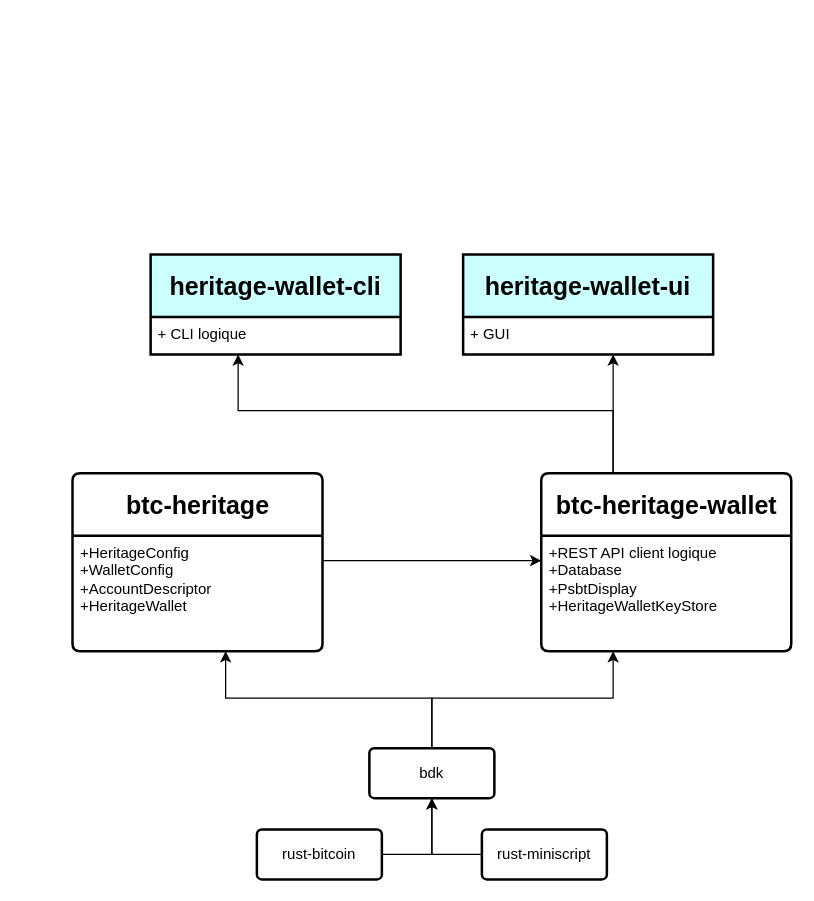
crypto7world/btc-heritage keeps this draw.io diagram as page "global-architecture" (1 of 2) of docs/schemas.drawio. Above is the earlier version. Source tidied: cells renumbered, new cells numbered last; positions are measured from the earlier drawing's top-left corner, leaving out a move shared by most shapes. Both pictures are drawn from the tidied source at 125%, with x=0, y=0 at pixel (72, 254).
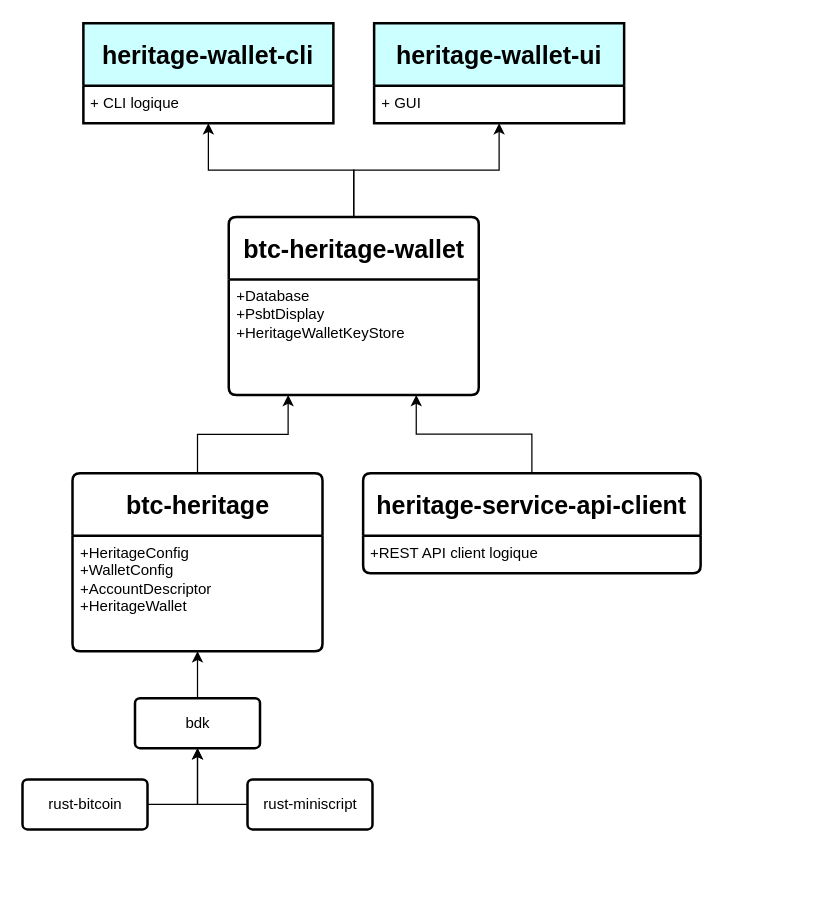
The same page after the edit.

The change refers to these unchanged cells:
```xml
<mxCell id="4" value="&lt;b&gt;&lt;font style=&quot;font-size: 20px;&quot;&gt;btc-heritage&lt;/font&gt;&lt;/b&gt;" style="swimlane;horizontal=1;startSize=50;rounded=1;fontSize=14;fontStyle=0;strokeWidth=2;shadow=0;dashed=0;align=center;arcSize=4;whiteSpace=wrap;html=1;" parent="1" vertex="1">
  <mxGeometry x="-0.5" y="175" width="200" height="142.5" as="geometry" />
</mxCell>
<mxCell id="5" value="+HeritageConfig&lt;br style=&quot;border-color: var(--border-color);&quot;&gt;+WalletConfig&lt;br style=&quot;border-color: var(--border-color);&quot;&gt;+AccountDescriptor&lt;br style=&quot;border-color: var(--border-color);&quot;&gt;+HeritageWallet" style="align=left;strokeColor=none;fillColor=none;spacingLeft=4;fontSize=12;verticalAlign=top;html=1;" parent="4" vertex="1">
  <mxGeometry y="50" width="200" height="92.5" as="geometry" />
</mxCell>
<mxCell id="13" value="+ CLI logique" style="align=left;strokeColor=none;fillColor=none;spacingLeft=4;fontSize=12;verticalAlign=top;html=1;" parent="12" vertex="1">
  <mxGeometry y="50" width="200" height="30" as="geometry" />
</mxCell>
<mxCell id="15" value="+ GUI" style="align=left;strokeColor=none;fillColor=none;spacingLeft=4;fontSize=12;verticalAlign=top;html=1;" parent="14" vertex="1">
  <mxGeometry y="50" width="200" height="30" as="geometry" />
</mxCell>
```

The edit, as a diff of the source:
```diff
@@
     <mxCell id="2" style="edgeStyle=orthogonalEdgeStyle;rounded=0;jettySize=auto;html=1;" parent="1" edge="1" source="9" target="5">
       <mxGeometry relative="1" as="geometry">
         <Array as="points">
-          <mxPoint x="287" y="355" />
-          <mxPoint x="122" y="355" />
+          <mxPoint x="122" y="385" />
+          <mxPoint x="122" y="385" />
         </Array>
       </mxGeometry>
     </mxCell>
-    <mxCell id="3" style="edgeStyle=orthogonalEdgeStyle;rounded=0;jettySize=auto;html=1;" parent="1" edge="1" source="4" target="19">
+    <mxCell id="3" style="rounded=0;jettySize=auto;html=1;edgeStyle=orthogonalEdgeStyle;" parent="1" edge="1" source="4" target="19">
       <mxGeometry relative="1" as="geometry">
         <Array as="points">
-          <mxPoint x="272" y="245" />
-          <mxPoint x="272" y="245" />
+          <mxPoint x="100" y="144" />
+          <mxPoint x="172" y="144" />
         </Array>
       </mxGeometry>
     </mxCell>
@@
     <mxCell id="6" style="rounded=0;jettySize=auto;html=1;edgeStyle=orthogonalEdgeStyle;" parent="1" edge="1" source="7" target="9">
       <mxGeometry relative="1" as="geometry">
         <Array as="points">
-          <mxPoint x="287" y="480" />
+          <mxPoint x="99.5" y="440" />
         </Array>
       </mxGeometry>
     </mxCell>
     <mxCell id="7" value="rust-bitcoin" style="rounded=1;arcSize=10;whiteSpace=wrap;html=1;align=center;strokeWidth=2;" parent="1" vertex="1">
-      <mxGeometry x="147" y="460" width="100" height="40" as="geometry" />
+      <mxGeometry x="-40.5" y="420" width="100" height="40" as="geometry" />
     </mxCell>
-    <mxCell id="8" style="edgeStyle=orthogonalEdgeStyle;rounded=0;jettySize=auto;html=1;" parent="1" edge="1" source="9" target="19">
-      <mxGeometry relative="1" as="geometry">
-        <Array as="points">
-          <mxPoint x="287" y="355" />
-          <mxPoint x="432" y="355" />
-        </Array>
-      </mxGeometry>
-    </mxCell>
     <mxCell id="9" value="bdk" style="rounded=1;arcSize=10;whiteSpace=wrap;html=1;align=center;strokeWidth=2;" parent="1" vertex="1">
-      <mxGeometry x="237" y="395" width="100" height="40" as="geometry" />
+      <mxGeometry x="49.5" y="355" width="100" height="40" as="geometry" />
     </mxCell>
     <mxCell id="10" style="rounded=0;jettySize=auto;html=1;edgeStyle=orthogonalEdgeStyle;" parent="1" edge="1" source="11" target="9">
       <mxGeometry relative="1" as="geometry">
         <Array as="points">
-          <mxPoint x="287" y="480" />
+          <mxPoint x="99.5" y="440" />
         </Array>
       </mxGeometry>
     </mxCell>
     <mxCell id="11" value="rust-miniscript" style="rounded=1;arcSize=10;whiteSpace=wrap;html=1;align=center;strokeWidth=2;" parent="1" vertex="1">
-      <mxGeometry x="327" y="460" width="100" height="40" as="geometry" />
+      <mxGeometry x="139.5" y="420" width="100" height="40" as="geometry" />
     </mxCell>
     <mxCell id="12" value="&lt;b&gt;&lt;font style=&quot;font-size: 20px;&quot;&gt;heritage-wallet-cli&lt;/font&gt;&lt;/b&gt;" style="swimlane;horizontal=1;startSize=50;rounded=0;fontSize=14;fontStyle=0;strokeWidth=2;shadow=0;dashed=0;align=center;arcSize=4;whiteSpace=wrap;html=1;fillColor=#CCFFFF;" parent="1" vertex="1">
-      <mxGeometry x="62" width="200" height="80" as="geometry" />
+      <mxGeometry x="8.2" y="-185" width="200" height="80" as="geometry" />
     </mxCell>
@@
     <mxCell id="14" value="&lt;b&gt;&lt;font style=&quot;font-size: 20px;&quot;&gt;heritage-wallet-ui&lt;/font&gt;&lt;/b&gt;" style="swimlane;horizontal=1;startSize=50;rounded=0;fontSize=14;fontStyle=0;strokeWidth=2;shadow=0;dashed=0;align=center;arcSize=4;whiteSpace=wrap;html=1;fillColor=#CCFFFF;" parent="1" vertex="1">
-      <mxGeometry x="312" width="200" height="80" as="geometry" />
+      <mxGeometry x="240.8" y="-185" width="200" height="80" as="geometry" />
     </mxCell>
@@
-    <mxCell id="16" style="edgeStyle=orthogonalEdgeStyle;rounded=0;jettySize=auto;html=1;" parent="1" edge="1" source="18" target="13">
-      <mxGeometry relative="1" as="geometry">
-        <Array as="points">
-          <mxPoint x="432" y="125" />
-          <mxPoint x="132" y="125" />
-        </Array>
-      </mxGeometry>
+    <mxCell id="16" style="rounded=0;jettySize=auto;html=1;edgeStyle=orthogonalEdgeStyle;" parent="1" edge="1" source="18" target="13">
+      <mxGeometry relative="1" as="geometry" />
     </mxCell>
     <mxCell id="17" style="rounded=0;jettySize=auto;html=1;edgeStyle=orthogonalEdgeStyle;" parent="1" edge="1" source="18" target="15">
-      <mxGeometry relative="1" as="geometry">
-        <Array as="points">
-          <mxPoint x="432" y="85" />
-          <mxPoint x="432" y="85" />
-        </Array>
-      </mxGeometry>
+      <mxGeometry relative="1" as="geometry" />
     </mxCell>
     <mxCell id="18" value="&lt;b&gt;&lt;font style=&quot;font-size: 20px;&quot;&gt;btc-heritage-wallet&lt;/font&gt;&lt;/b&gt;" style="swimlane;horizontal=1;startSize=50;rounded=1;fontSize=14;fontStyle=0;strokeWidth=2;shadow=0;dashed=0;align=center;arcSize=4;whiteSpace=wrap;html=1;" parent="1" vertex="1">
-      <mxGeometry x="374.5" y="175" width="200" height="142.5" as="geometry" />
+      <mxGeometry x="124.5" y="-30" width="200" height="142.5" as="geometry" />
     </mxCell>
-    <mxCell id="19" value="+REST API client logique&lt;div&gt;+Database&lt;/div&gt;&lt;div&gt;+PsbtDisplay&lt;br style=&quot;border-color: var(--border-color);&quot;&gt;+HeritageWalletKeyStore&lt;br&gt;&lt;/div&gt;" style="align=left;strokeColor=none;fillColor=none;spacingLeft=4;fontSize=12;verticalAlign=top;html=1;" parent="18" vertex="1">
+    <mxCell id="19" value="&lt;div&gt;+Database&lt;/div&gt;&lt;div&gt;+PsbtDisplay&lt;br style=&quot;border-color: var(--border-color);&quot;&gt;+HeritageWalletKeyStore&lt;br&gt;&lt;/div&gt;" style="align=left;strokeColor=none;fillColor=none;spacingLeft=4;fontSize=12;verticalAlign=top;html=1;" parent="18" vertex="1">
       <mxGeometry y="50" width="200" height="92.5" as="geometry" />
     </mxCell>
+    <mxCell id="20" style="edgeStyle=orthogonalEdgeStyle;rounded=0;jettySize=auto;html=1;entryX=0.75;entryY=1;entryDx=0;entryDy=0;" parent="1" edge="1" source="21" target="19">
+      <mxGeometry relative="1" as="geometry" />
+    </mxCell>
+    <mxCell id="21" value="&lt;span style=&quot;font-size: 20px;&quot;&gt;&lt;b&gt;heritage-service-api-client&lt;/b&gt;&lt;/span&gt;" style="swimlane;horizontal=1;startSize=50;rounded=1;fontSize=14;fontStyle=0;strokeWidth=2;shadow=0;dashed=0;align=center;arcSize=4;whiteSpace=wrap;html=1;" parent="1" vertex="1">
+      <mxGeometry x="232" y="175" width="270" height="80" as="geometry" />
+    </mxCell>
+    <mxCell id="22" value="+REST API client logique" style="align=left;strokeColor=none;fillColor=none;spacingLeft=4;fontSize=12;verticalAlign=top;html=1;" parent="21" vertex="1">
+      <mxGeometry y="50" width="270" height="30" as="geometry" />
+    </mxCell>
```
